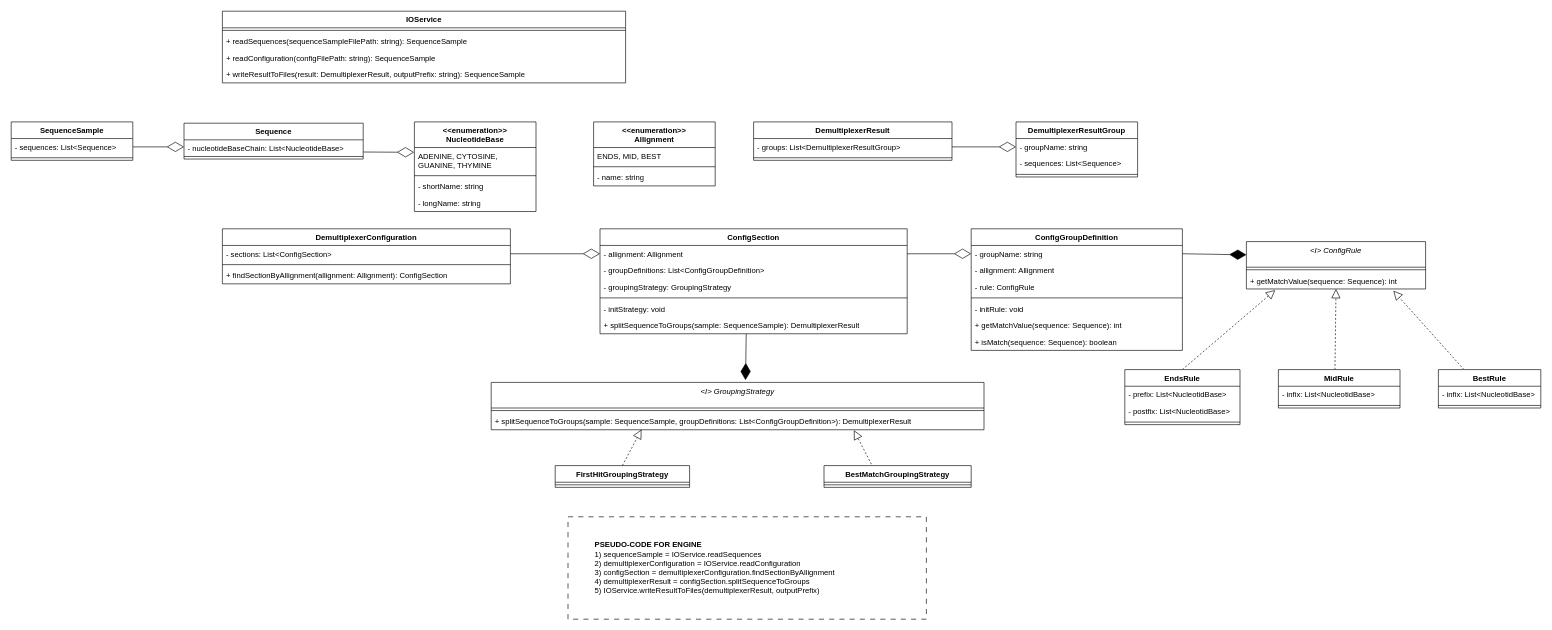
Earlier version of the draw.io diagram uml.drawio (bodroghykristof/omixon-demultiplexer). Source tidied: cells renumbered, new cells numbered last; positions are measured from the earlier drawing's top-left corner, leaving out a move shared by most shapes. Both pictures are drawn from the tidied source at 64%, with x=0, y=0 at pixel (11, 11).
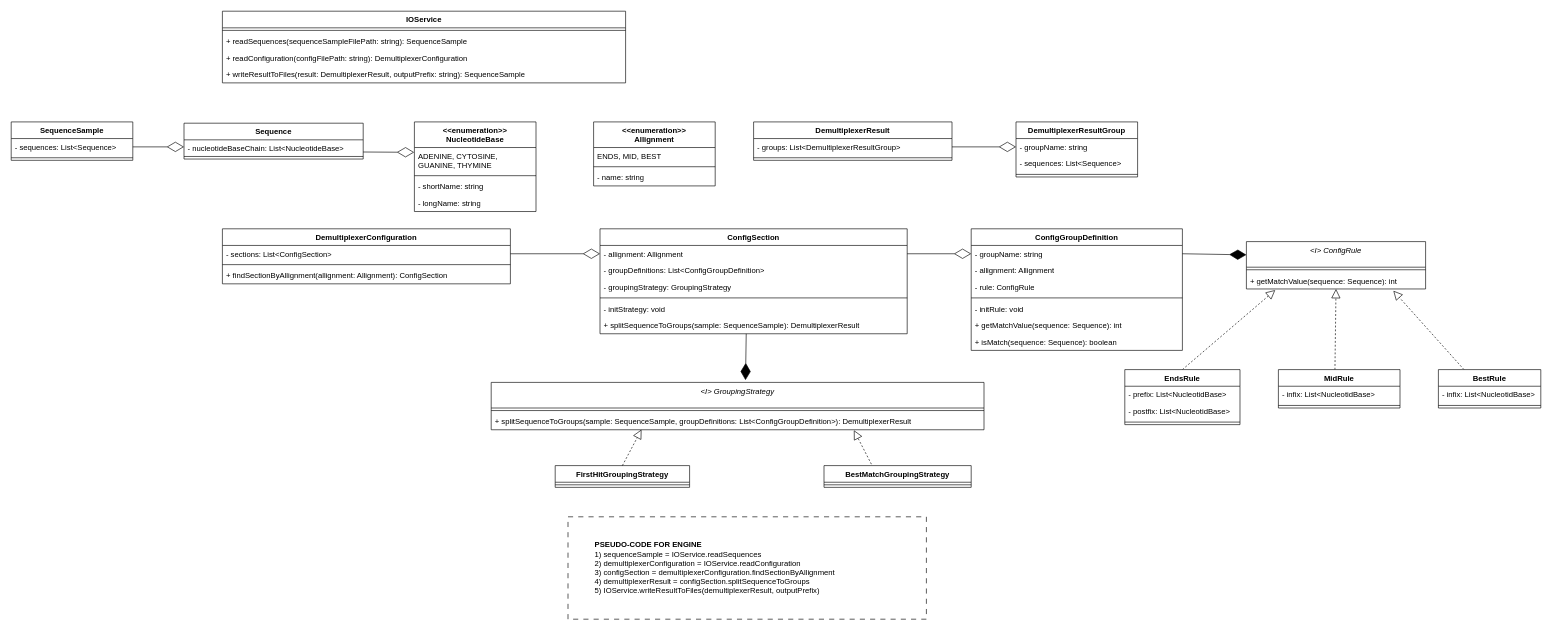
Above is the later version.

Commit message:
fix classname in diagram

Unchanged cells that the change refers to:
```xml
<mxCell id="2" value="IOService" style="swimlane;fontStyle=1;align=center;verticalAlign=top;horizontal=1;startSize=26;whiteSpace=wrap;html=1;" parent="1" vertex="1">
  <mxGeometry x="330" width="630" height="112" as="geometry" />
</mxCell>
```

Diff of the diagram source:
```diff
@@
-    <mxCell id="5" value="+ readConfiguration(configFilePath: string): SequenceSample" style="text;strokeColor=none;fillColor=none;align=left;verticalAlign=top;spacingLeft=4;spacingRight=4;overflow=hidden;whiteSpace=wrap;html=1;" parent="2" vertex="1">
+    <mxCell id="5" value="+ readConfiguration(configFilePath: string): DemultiplexerConfiguration" style="text;strokeColor=none;fillColor=none;align=left;verticalAlign=top;spacingLeft=4;spacingRight=4;overflow=hidden;whiteSpace=wrap;html=1;" parent="2" vertex="1">
       <mxGeometry y="60" width="630" height="26" as="geometry" />
     </mxCell>
```
